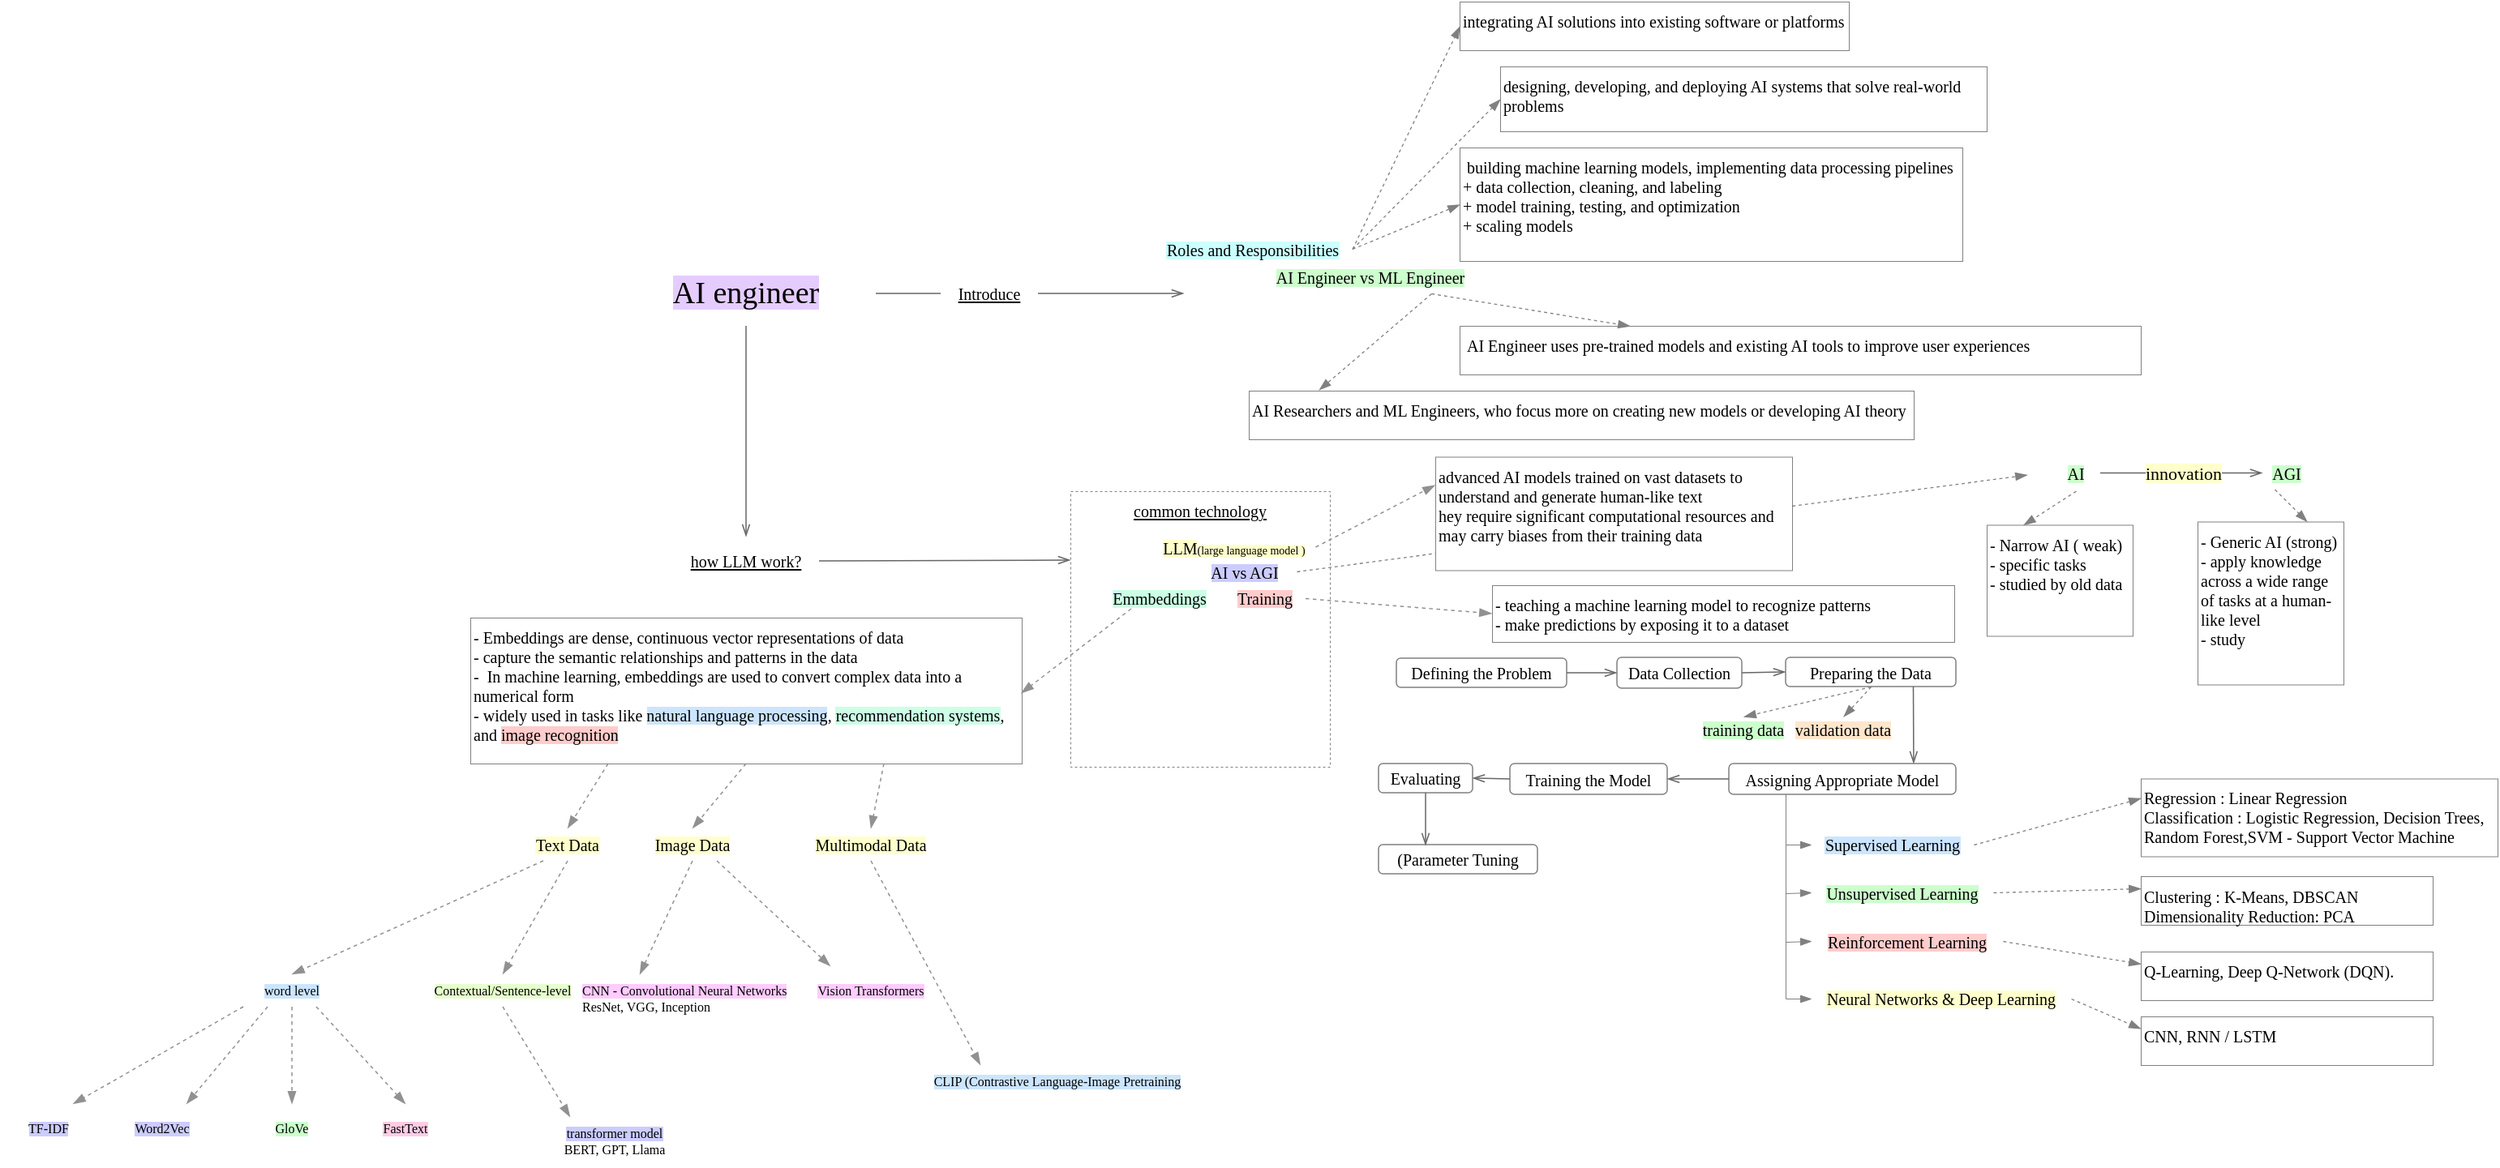
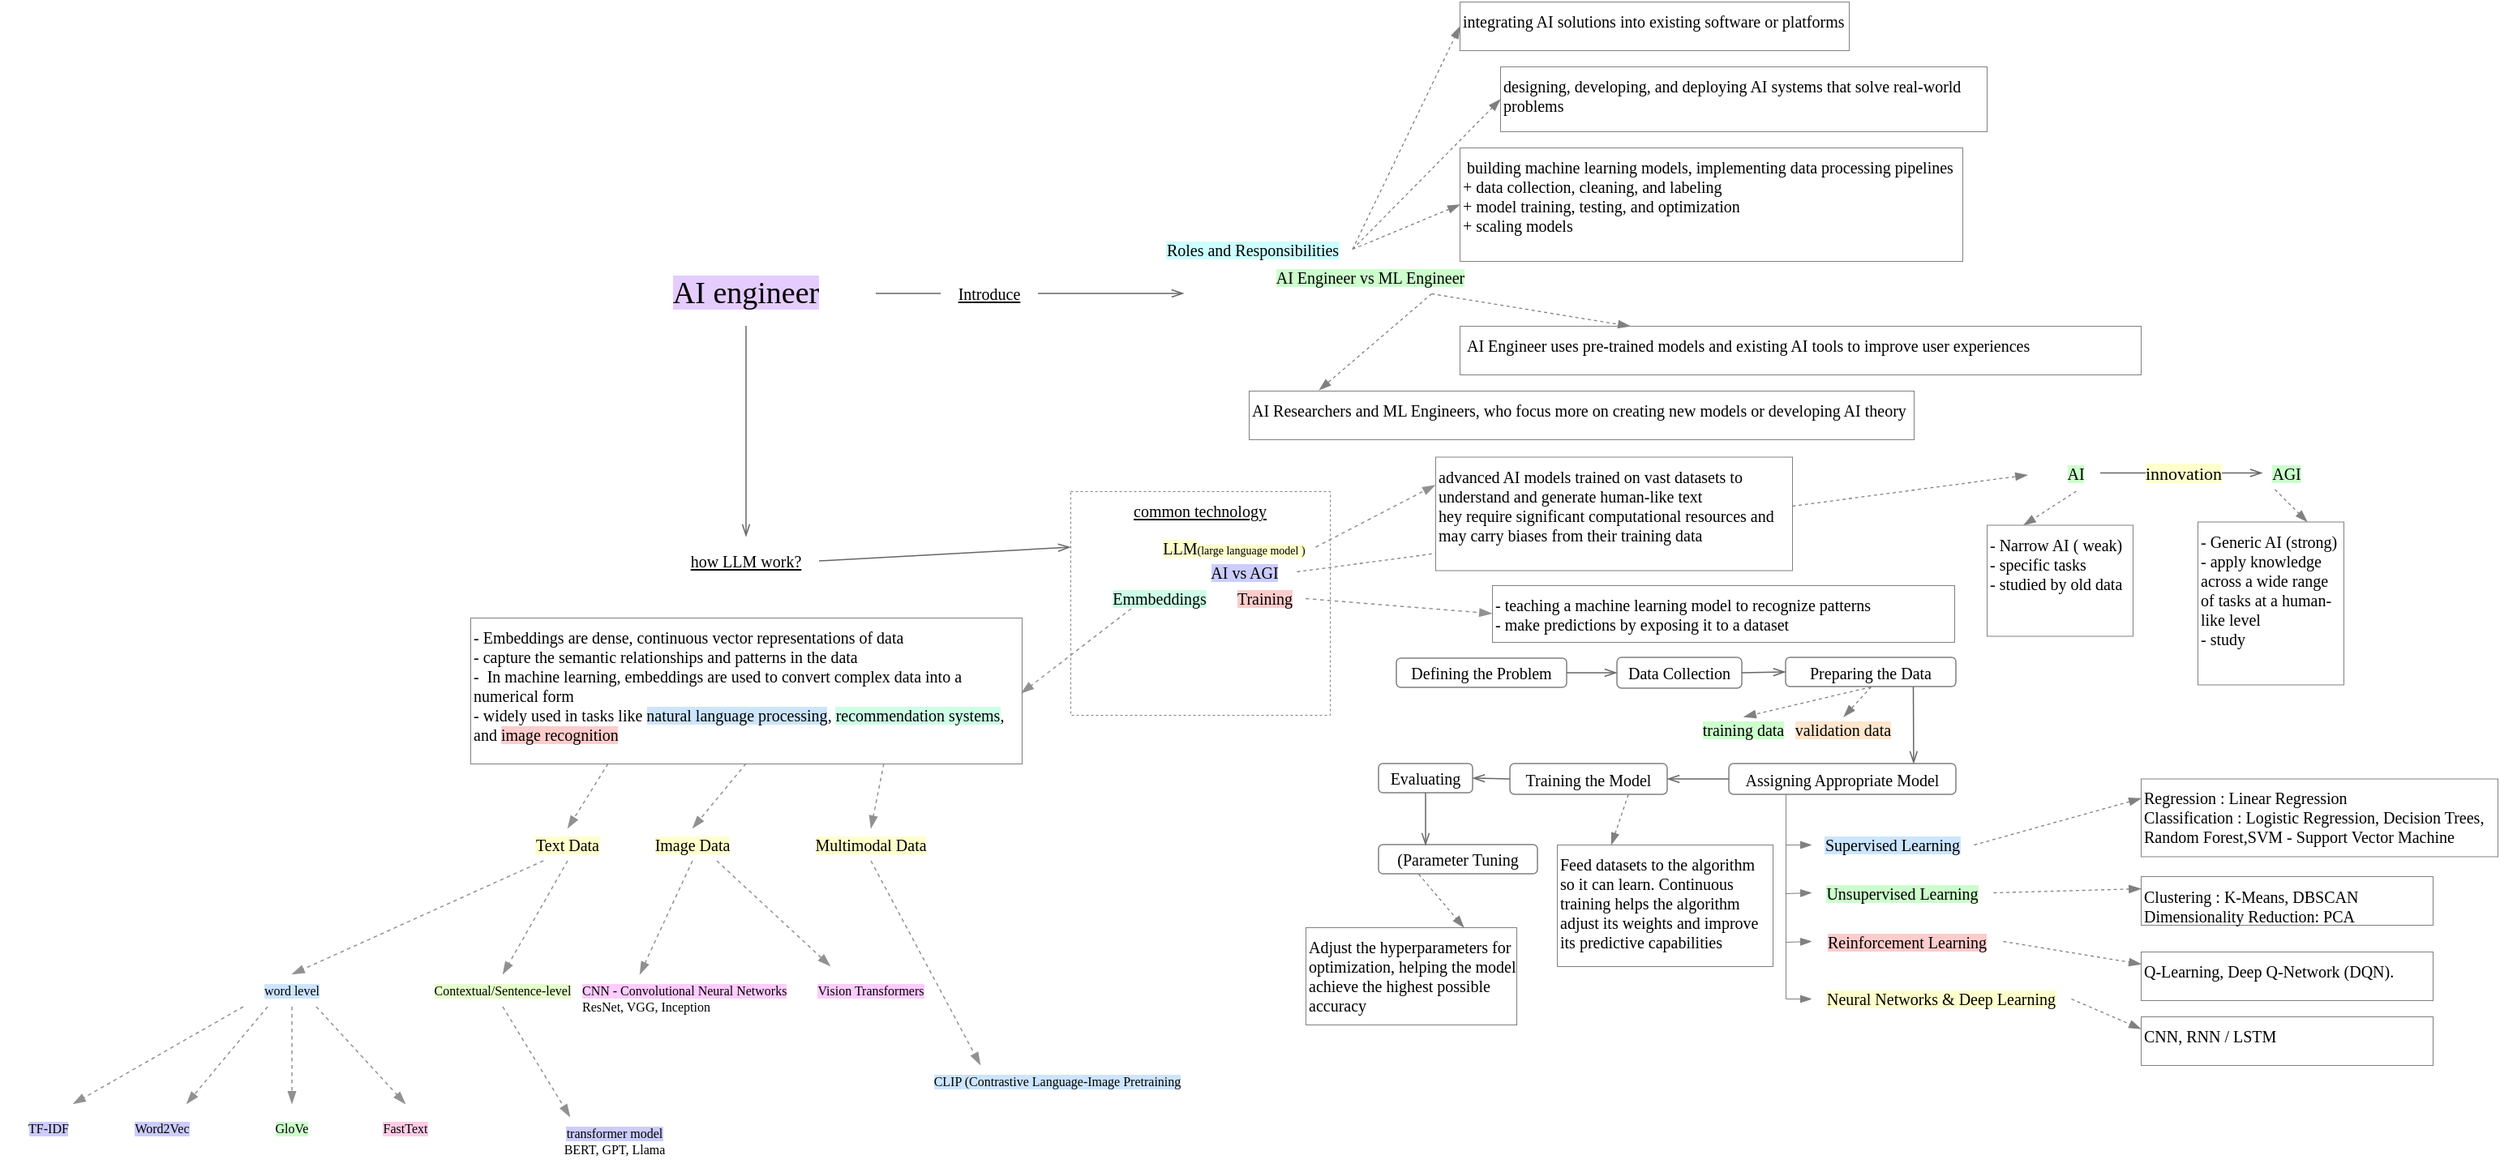
<mxfile host="app.diagrams.net" agent="Mozilla/5.0 (Macintosh; Intel Mac OS X 10_15_7) AppleWebKit/537.36 (KHTML, like Gecko) draw.io/29.3.0 Chrome/140.0.7339.249 Electron/38.7.2 Safari/537.36">
  <diagram name="Page-1" id="n3nyEJ4kgbD7jWuKOy95">
-     <mxGraphModel dx="1304" dy="609" grid="1" gridSize="10" guides="1" tooltips="1" connect="1" arrows="1" fold="1" page="1" pageScale="1" pageWidth="827" pageHeight="1169" math="0" shadow="0">
+     <mxGraphModel dx="1353" dy="631" grid="1" gridSize="10" guides="1" tooltips="1" connect="1" arrows="1" fold="1" page="1" pageScale="1" pageWidth="827" pageHeight="1169" math="0" shadow="0">
      <root>
        <mxCell id="0" />
        <mxCell id="1" parent="0" />
        <mxCell id="48Jv2C9wjBzbgeSbcpPr-1" parent="1" style="text;html=1;whiteSpace=wrap;strokeColor=none;fillColor=none;align=center;verticalAlign=middle;rounded=0;fontFamily=Comic Sans MS;fontSize=19;" value="&lt;span style=&quot;background-color: rgb(229, 204, 255);&quot;&gt;AI engineer&lt;/span&gt;" vertex="1">
          <mxGeometry height="40" width="160" x="400" y="360" as="geometry" />
        </mxCell>
        <mxCell id="48Jv2C9wjBzbgeSbcpPr-3" parent="1" style="text;html=1;whiteSpace=wrap;strokeColor=none;fillColor=none;align=center;verticalAlign=middle;rounded=0;fontFamily=Comic Sans MS;fontSize=10;fontStyle=4" value="how LLM work?" vertex="1">
          <mxGeometry height="30" width="90" x="435" y="530" as="geometry" />
        </mxCell>
        <mxCell id="48Jv2C9wjBzbgeSbcpPr-6" edge="1" parent="1" source="48Jv2C9wjBzbgeSbcpPr-1" style="endArrow=openThin;html=1;rounded=0;strokeWidth=0.75;endFill=0;strokeColor=#666666;exitX=0.5;exitY=1;exitDx=0;exitDy=0;entryX=0.5;entryY=0;entryDx=0;entryDy=0;fontFamily=Comic Sans MS;" target="48Jv2C9wjBzbgeSbcpPr-3" value="">
          <mxGeometry height="50" relative="1" width="50" as="geometry">
            <mxPoint x="390" y="450" as="sourcePoint" />
            <mxPoint x="440" y="400" as="targetPoint" />
          </mxGeometry>
        </mxCell>
        <mxCell id="48Jv2C9wjBzbgeSbcpPr-8" parent="1" style="text;html=1;whiteSpace=wrap;strokeColor=none;fillColor=none;align=center;verticalAlign=middle;rounded=0;fontFamily=Comic Sans MS;fontSize=10;fontStyle=4" value="Introduce" vertex="1">
          <mxGeometry height="30" width="60" x="600" y="365" as="geometry" />
        </mxCell>
        <mxCell id="48Jv2C9wjBzbgeSbcpPr-9" edge="1" parent="1" source="48Jv2C9wjBzbgeSbcpPr-1" style="endArrow=none;html=1;rounded=0;strokeWidth=0.75;endFill=0;strokeColor=#666666;entryX=0;entryY=0.5;entryDx=0;entryDy=0;exitX=1;exitY=0.5;exitDx=0;exitDy=0;fontFamily=Comic Sans MS;" target="48Jv2C9wjBzbgeSbcpPr-8" value="">
          <mxGeometry height="50" relative="1" width="50" as="geometry">
            <mxPoint x="390" y="450" as="sourcePoint" />
            <mxPoint x="440" y="400" as="targetPoint" />
          </mxGeometry>
        </mxCell>
        <mxCell id="48Jv2C9wjBzbgeSbcpPr-11" edge="1" parent="1" source="48Jv2C9wjBzbgeSbcpPr-8" style="endArrow=openThin;html=1;rounded=0;strokeWidth=0.75;endFill=0;strokeColor=#666666;exitX=1;exitY=0.5;exitDx=0;exitDy=0;fontFamily=Comic Sans MS;" value="">
          <mxGeometry height="50" relative="1" width="50" as="geometry">
            <mxPoint x="590" y="450" as="sourcePoint" />
            <mxPoint x="750" y="380" as="targetPoint" />
          </mxGeometry>
        </mxCell>
        <mxCell id="48Jv2C9wjBzbgeSbcpPr-13" parent="1" style="text;html=1;whiteSpace=wrap;strokeColor=none;fillColor=none;align=center;verticalAlign=middle;rounded=0;fontFamily=Comic Sans MS;fontSize=10;" value="&lt;div&gt;&lt;span style=&quot;background-color: rgb(204, 255, 255);&quot;&gt;Roles and Responsibilities&lt;/span&gt;&lt;/div&gt;" vertex="1">
          <mxGeometry height="15" width="122.5" x="731.25" y="345" as="geometry" />
        </mxCell>
        <mxCell id="48Jv2C9wjBzbgeSbcpPr-14" parent="1" style="rounded=0;whiteSpace=wrap;html=1;fontFamily=Comic Sans MS;strokeWidth=0.5;strokeColor=#808080;align=left;verticalAlign=top;fontSize=10;" value="designing, developing, and deploying AI systems that solve real-world problems" vertex="1">
          <mxGeometry height="40" width="300" x="945" y="240" as="geometry" />
        </mxCell>
        <mxCell id="48Jv2C9wjBzbgeSbcpPr-15" parent="1" style="rounded=0;whiteSpace=wrap;html=1;fontFamily=Comic Sans MS;strokeWidth=0.5;strokeColor=#808080;align=left;verticalAlign=top;fontSize=10;" value="&amp;nbsp;building machine learning models, implementing data processing pipelines&lt;div&gt;+&amp;nbsp;data collection, cleaning, and labeling&lt;/div&gt;&lt;div&gt;+&amp;nbsp;model training, testing, and optimization&lt;/div&gt;&lt;div&gt;+&amp;nbsp;scaling models&lt;/div&gt;" vertex="1">
          <mxGeometry height="70" width="310" x="920" y="290" as="geometry" />
        </mxCell>
        <mxCell id="48Jv2C9wjBzbgeSbcpPr-16" parent="1" style="rounded=0;whiteSpace=wrap;html=1;fontFamily=Comic Sans MS;strokeWidth=0.5;strokeColor=#808080;align=left;verticalAlign=top;fontSize=10;" value="integrating AI solutions into existing software or platforms" vertex="1">
          <mxGeometry height="30" width="240" x="920" y="200" as="geometry" />
        </mxCell>
        <mxCell id="48Jv2C9wjBzbgeSbcpPr-17" edge="1" parent="1" source="48Jv2C9wjBzbgeSbcpPr-13" style="endArrow=blockThin;html=1;rounded=0;strokeColor=#808080;endFill=1;strokeWidth=0.65;exitX=1;exitY=0.5;exitDx=0;exitDy=0;entryX=0;entryY=0.5;entryDx=0;entryDy=0;dashed=1;fontFamily=Comic Sans MS;" target="48Jv2C9wjBzbgeSbcpPr-15" value="">
          <mxGeometry height="50" relative="1" width="50" as="geometry">
            <mxPoint x="945" y="330" as="sourcePoint" />
            <mxPoint x="920" y="290" as="targetPoint" />
          </mxGeometry>
        </mxCell>
        <mxCell id="48Jv2C9wjBzbgeSbcpPr-18" edge="1" parent="1" source="48Jv2C9wjBzbgeSbcpPr-13" style="endArrow=blockThin;html=1;rounded=0;strokeColor=#808080;endFill=1;strokeWidth=0.65;exitX=1;exitY=0.5;exitDx=0;exitDy=0;entryX=0;entryY=0.5;entryDx=0;entryDy=0;dashed=1;fontFamily=Comic Sans MS;" target="48Jv2C9wjBzbgeSbcpPr-14" value="">
          <mxGeometry height="50" relative="1" width="50" as="geometry">
            <mxPoint x="945" y="330" as="sourcePoint" />
            <mxPoint x="920" y="290" as="targetPoint" />
          </mxGeometry>
        </mxCell>
        <mxCell id="48Jv2C9wjBzbgeSbcpPr-19" edge="1" parent="1" source="48Jv2C9wjBzbgeSbcpPr-13" style="endArrow=blockThin;html=1;rounded=0;strokeColor=#808080;endFill=1;strokeWidth=0.65;exitX=1;exitY=0.5;exitDx=0;exitDy=0;entryX=0;entryY=0.5;entryDx=0;entryDy=0;dashed=1;fontFamily=Comic Sans MS;" target="48Jv2C9wjBzbgeSbcpPr-16" value="">
          <mxGeometry height="50" relative="1" width="50" as="geometry">
            <mxPoint x="945" y="330" as="sourcePoint" />
            <mxPoint x="920" y="290" as="targetPoint" />
          </mxGeometry>
        </mxCell>
        <mxCell id="48Jv2C9wjBzbgeSbcpPr-20" parent="1" style="text;html=1;whiteSpace=wrap;strokeColor=none;fillColor=none;align=center;verticalAlign=middle;rounded=0;fontFamily=Comic Sans MS;fontSize=10;" value="&lt;span style=&quot;background-color: rgb(204, 255, 204);&quot;&gt;AI Engineer vs ML Engineer&lt;/span&gt;" vertex="1">
          <mxGeometry height="20" width="150" x="790" y="360" as="geometry" />
        </mxCell>
        <mxCell id="48Jv2C9wjBzbgeSbcpPr-21" parent="1" style="rounded=0;whiteSpace=wrap;html=1;fontFamily=Comic Sans MS;strokeWidth=0.5;strokeColor=#808080;align=left;verticalAlign=top;fontSize=10;" value="&amp;nbsp;AI Engineer uses pre-trained models and existing AI tools to improve user experiences" vertex="1">
          <mxGeometry height="30" width="420" x="920" y="400" as="geometry" />
        </mxCell>
        <mxCell id="48Jv2C9wjBzbgeSbcpPr-22" parent="1" style="rounded=0;whiteSpace=wrap;html=1;fontFamily=Comic Sans MS;strokeWidth=0.5;strokeColor=#808080;align=left;verticalAlign=top;fontSize=10;" value="AI Researchers and ML Engineers, who focus more on creating new models or developing AI theory" vertex="1">
          <mxGeometry height="30" width="410" x="790" y="440" as="geometry" />
        </mxCell>
        <mxCell id="48Jv2C9wjBzbgeSbcpPr-23" edge="1" parent="1" source="48Jv2C9wjBzbgeSbcpPr-20" style="endArrow=blockThin;html=1;rounded=0;strokeColor=#808080;endFill=1;strokeWidth=0.65;exitX=0.75;exitY=1;exitDx=0;exitDy=0;entryX=0.25;entryY=0;entryDx=0;entryDy=0;dashed=1;fontFamily=Comic Sans MS;" target="48Jv2C9wjBzbgeSbcpPr-21" value="">
          <mxGeometry height="50" relative="1" width="50" as="geometry">
            <mxPoint x="705" y="330" as="sourcePoint" />
            <mxPoint x="680" y="290" as="targetPoint" />
          </mxGeometry>
        </mxCell>
        <mxCell id="48Jv2C9wjBzbgeSbcpPr-24" edge="1" parent="1" source="48Jv2C9wjBzbgeSbcpPr-20" style="endArrow=blockThin;html=1;rounded=0;strokeColor=#808080;endFill=1;strokeWidth=0.65;exitX=0.75;exitY=1;exitDx=0;exitDy=0;entryX=0.105;entryY=-0.017;entryDx=0;entryDy=0;dashed=1;entryPerimeter=0;fontFamily=Comic Sans MS;" target="48Jv2C9wjBzbgeSbcpPr-22" value="">
          <mxGeometry height="50" relative="1" width="50" as="geometry">
            <mxPoint x="705" y="330" as="sourcePoint" />
            <mxPoint x="680" y="290" as="targetPoint" />
          </mxGeometry>
        </mxCell>
        <mxCell id="48Jv2C9wjBzbgeSbcpPr-25" parent="1" style="rounded=0;whiteSpace=wrap;html=1;fontFamily=Comic Sans MS;strokeWidth=0.5;strokeColor=#808080;align=center;verticalAlign=top;fontSize=10;dashed=1;" value="&lt;u&gt;common technology&lt;/u&gt;&lt;div&gt;&lt;br&gt;&lt;/div&gt;" vertex="1">
-           <mxGeometry height="170" width="160" x="680" y="502" as="geometry" />
+           <mxGeometry height="138" width="160" x="680" y="502" as="geometry" />
        </mxCell>
        <mxCell id="48Jv2C9wjBzbgeSbcpPr-27" parent="1" style="text;html=1;whiteSpace=wrap;strokeColor=none;fillColor=none;align=center;verticalAlign=middle;rounded=0;fontFamily=Comic Sans MS;fontSize=10;" value="&lt;span&gt;&lt;span style=&quot;background-color: light-dark(rgb(204, 204, 255), rgb(0, 43, 0));&quot;&gt;AI vs AGI&lt;/span&gt;&lt;br&gt;&lt;/span&gt;" vertex="1">
          <mxGeometry height="10" width="65" x="754.5" y="546.5" as="geometry" />
        </mxCell>
        <mxCell id="48Jv2C9wjBzbgeSbcpPr-28" edge="1" parent="1" source="48Jv2C9wjBzbgeSbcpPr-3" style="endArrow=openThin;html=1;rounded=0;strokeWidth=0.75;endFill=0;strokeColor=#666666;exitX=1;exitY=0.5;exitDx=0;exitDy=0;entryX=0;entryY=0.25;entryDx=0;entryDy=0;fontFamily=Comic Sans MS;" target="48Jv2C9wjBzbgeSbcpPr-25" value="">
          <mxGeometry height="50" relative="1" width="50" as="geometry">
            <mxPoint x="670" y="630" as="sourcePoint" />
            <mxPoint x="720" y="580" as="targetPoint" />
          </mxGeometry>
        </mxCell>
        <mxCell id="48Jv2C9wjBzbgeSbcpPr-31" edge="1" parent="1" source="48Jv2C9wjBzbgeSbcpPr-27" style="endArrow=blockThin;html=1;rounded=0;strokeColor=#808080;endFill=1;strokeWidth=0.65;exitX=1;exitY=0.5;exitDx=0;exitDy=0;dashed=1;fontFamily=Comic Sans MS;entryX=0;entryY=0.5;entryDx=0;entryDy=0;" value="">
          <mxGeometry height="50" relative="1" width="50" as="geometry">
            <mxPoint x="810" y="536" as="sourcePoint" />
            <mxPoint x="1270" y="491.7500000000001" as="targetPoint" />
          </mxGeometry>
        </mxCell>
        <mxCell id="48Jv2C9wjBzbgeSbcpPr-32" parent="1" style="text;html=1;whiteSpace=wrap;strokeColor=none;fillColor=none;align=center;verticalAlign=middle;rounded=0;fontFamily=Comic Sans MS;fontSize=10;" value="&lt;span style=&quot;background-color: rgb(204, 255, 204);&quot;&gt;&lt;span style=&quot;background-color: light-dark(rgb(204, 255, 204), rgb(0, 43, 0));&quot;&gt;AI&lt;/span&gt;&lt;br&gt;&lt;/span&gt;" vertex="1">
          <mxGeometry height="22" width="30" x="1285" y="479.75" as="geometry" />
        </mxCell>
        <mxCell id="48Jv2C9wjBzbgeSbcpPr-34" parent="1" style="text;html=1;whiteSpace=wrap;strokeColor=none;fillColor=none;align=center;verticalAlign=middle;rounded=0;fontFamily=Comic Sans MS;fontSize=10;" value="&lt;span style=&quot;background-color: rgb(204, 255, 204);&quot;&gt;AGI&lt;/span&gt;" vertex="1">
          <mxGeometry height="20" width="30" x="1415" y="480.75" as="geometry" />
        </mxCell>
        <mxCell id="48Jv2C9wjBzbgeSbcpPr-35" edge="1" parent="1" source="48Jv2C9wjBzbgeSbcpPr-32" style="endArrow=openThin;html=1;rounded=0;strokeWidth=0.75;endFill=0;strokeColor=#666666;exitX=1;exitY=0.5;exitDx=0;exitDy=0;fontFamily=Comic Sans MS;" target="48Jv2C9wjBzbgeSbcpPr-34" value="">
          <mxGeometry height="50" relative="1" width="50" as="geometry">
            <mxPoint x="1325" y="612.75" as="sourcePoint" />
            <mxPoint x="1375" y="562.75" as="targetPoint" />
          </mxGeometry>
        </mxCell>
        <mxCell id="48Jv2C9wjBzbgeSbcpPr-36" connectable="0" parent="48Jv2C9wjBzbgeSbcpPr-35" style="edgeLabel;html=1;align=center;verticalAlign=middle;resizable=0;points=[];fontFamily=Comic Sans MS;" value="&lt;span style=&quot;background-color: rgb(255, 255, 204);&quot;&gt;innovation&lt;/span&gt;" vertex="1">
          <mxGeometry relative="1" x="-0.312" as="geometry">
            <mxPoint x="16" as="offset" />
          </mxGeometry>
        </mxCell>
        <mxCell id="48Jv2C9wjBzbgeSbcpPr-37" parent="1" style="rounded=0;whiteSpace=wrap;html=1;fontFamily=Comic Sans MS;strokeWidth=0.5;strokeColor=#808080;align=left;verticalAlign=top;fontSize=10;" value="- Narrow AI ( weak)&lt;div&gt;-&amp;nbsp;specific tasks&lt;/div&gt;&lt;div&gt;- studied by old data&lt;/div&gt;" vertex="1">
          <mxGeometry height="68.5" width="90" x="1245" y="522.75" as="geometry" />
        </mxCell>
        <mxCell id="48Jv2C9wjBzbgeSbcpPr-38" parent="1" style="rounded=0;whiteSpace=wrap;html=1;fontFamily=Comic Sans MS;strokeWidth=0.5;strokeColor=#808080;align=left;verticalAlign=top;fontSize=10;" value="- Generic AI (strong)&lt;div&gt;-&amp;nbsp;apply knowledge across a wide range of tasks at a human-like level&lt;/div&gt;&lt;div&gt;- study&amp;nbsp;&lt;/div&gt;" vertex="1">
          <mxGeometry height="100.5" width="90" x="1375" y="520.75" as="geometry" />
        </mxCell>
        <mxCell id="48Jv2C9wjBzbgeSbcpPr-39" edge="1" parent="1" source="48Jv2C9wjBzbgeSbcpPr-34" style="endArrow=blockThin;html=1;rounded=0;strokeColor=#808080;endFill=1;strokeWidth=0.65;exitX=0.25;exitY=1;exitDx=0;exitDy=0;entryX=0.75;entryY=0;entryDx=0;entryDy=0;dashed=1;" target="48Jv2C9wjBzbgeSbcpPr-38" value="">
          <mxGeometry height="50" relative="1" width="50" as="geometry">
            <mxPoint x="1390" y="580.75" as="sourcePoint" />
            <mxPoint x="1365" y="540.75" as="targetPoint" />
          </mxGeometry>
        </mxCell>
        <mxCell id="48Jv2C9wjBzbgeSbcpPr-41" edge="1" parent="1" source="48Jv2C9wjBzbgeSbcpPr-32" style="endArrow=blockThin;html=1;rounded=0;strokeColor=#808080;endFill=1;strokeWidth=0.65;exitX=0.5;exitY=1;exitDx=0;exitDy=0;entryX=0.25;entryY=0;entryDx=0;entryDy=0;dashed=1;" target="48Jv2C9wjBzbgeSbcpPr-37" value="">
          <mxGeometry height="50" relative="1" width="50" as="geometry">
            <mxPoint x="1390" y="582.75" as="sourcePoint" />
            <mxPoint x="1365" y="542.75" as="targetPoint" />
          </mxGeometry>
        </mxCell>
        <mxCell id="4Kx2ZGOmUHy-jwn0eLsE-1" parent="1" style="text;html=1;whiteSpace=wrap;strokeColor=none;fillColor=none;align=center;verticalAlign=middle;rounded=0;" value="&lt;font face=&quot;Comic Sans MS&quot; style=&quot;background-color: rgb(255, 255, 204); font-size: 10px;&quot;&gt;LLM&lt;/font&gt;&lt;span style=&quot;background-color: rgb(255, 255, 204); font-size: 7px; font-family: &amp;quot;Comic Sans MS&amp;quot;; color: light-dark(rgb(0, 0, 0), rgb(255, 255, 255));&quot;&gt;(large language model )&lt;/span&gt;" vertex="1">
          <mxGeometry height="20" width="100" x="731.25" y="526.5" as="geometry" />
        </mxCell>
        <mxCell id="4Kx2ZGOmUHy-jwn0eLsE-2" parent="1" style="rounded=0;whiteSpace=wrap;html=1;align=left;verticalAlign=top;fontFamily=Comic Sans MS;strokeWidth=0.5;fontSize=10;strokeColor=#808080;" value="&lt;div&gt;&lt;div&gt;&lt;span style=&quot;background-color: transparent;&quot;&gt;advanced AI models trained on vast datasets to understand and generate human-like text&lt;/span&gt;&lt;/div&gt;&lt;/div&gt;&lt;div&gt;&lt;span style=&quot;background-color: transparent;&quot;&gt;hey require significant computational resources and may carry biases from their training data&lt;/span&gt;&lt;/div&gt;" vertex="1">
          <mxGeometry height="70" width="220" x="905" y="480.75" as="geometry" />
        </mxCell>
        <mxCell id="4Kx2ZGOmUHy-jwn0eLsE-3" edge="1" parent="1" source="4Kx2ZGOmUHy-jwn0eLsE-1" style="endArrow=blockThin;html=1;rounded=0;endFill=1;strokeColor=light-dark(#929090, #ededed);strokeWidth=0.75;dashed=1;exitX=1;exitY=0.5;exitDx=0;exitDy=0;entryX=0;entryY=0.25;entryDx=0;entryDy=0;" target="4Kx2ZGOmUHy-jwn0eLsE-2" value="">
          <mxGeometry height="50" relative="1" width="50" as="geometry">
            <mxPoint x="710" y="550" as="sourcePoint" />
            <mxPoint x="760" y="500" as="targetPoint" />
          </mxGeometry>
        </mxCell>
        <mxCell id="4Kx2ZGOmUHy-jwn0eLsE-4" parent="1" style="text;html=1;whiteSpace=wrap;strokeColor=none;fillColor=none;align=center;verticalAlign=middle;rounded=0;fontFamily=Comic Sans MS;fontSize=10;" value="&lt;span&gt;&lt;span style=&quot;background-color: light-dark(rgb(204, 255, 230), rgb(0, 43, 0));&quot;&gt;Emmbeddings&lt;/span&gt;&lt;br&gt;&lt;/span&gt;" vertex="1">
          <mxGeometry height="14" width="70" x="700" y="560.5" as="geometry" />
        </mxCell>
        <mxCell id="4Kx2ZGOmUHy-jwn0eLsE-5" parent="1" style="rounded=0;whiteSpace=wrap;html=1;align=left;verticalAlign=top;fontFamily=Comic Sans MS;strokeWidth=0.5;fontSize=10;strokeColor=#808080;" value="&lt;div&gt;&lt;div&gt;&lt;span style=&quot;background-color: transparent;&quot;&gt;- Embeddings are dense, continuous vector representations of data&lt;/span&gt;&lt;/div&gt;&lt;/div&gt;&lt;div&gt;&lt;span style=&quot;background-color: transparent;&quot;&gt;-&amp;nbsp;&lt;/span&gt;&lt;span style=&quot;background-color: transparent;&quot;&gt;capture the semantic relationships and patterns in the data&lt;/span&gt;&lt;/div&gt;&lt;div&gt;&lt;span style=&quot;background-color: transparent;&quot;&gt;-&amp;nbsp;&lt;/span&gt;&lt;span style=&quot;background-color: transparent;&quot;&gt;&amp;nbsp;In machine learning, embeddings are used to convert complex data into a numerical form&lt;/span&gt;&lt;/div&gt;&lt;div&gt;&lt;span style=&quot;background-color: transparent;&quot;&gt;-&amp;nbsp;&lt;/span&gt;&lt;span style=&quot;background-color: transparent;&quot;&gt;widely used in tasks like &lt;/span&gt;&lt;span style=&quot;background-color: rgb(204, 229, 255);&quot;&gt;natural language processing&lt;/span&gt;&lt;span style=&quot;background-color: transparent;&quot;&gt;, &lt;/span&gt;&lt;span style=&quot;background-color: rgb(204, 255, 230);&quot;&gt;recommendation systems&lt;/span&gt;&lt;span style=&quot;background-color: transparent;&quot;&gt;, and &lt;/span&gt;&lt;span style=&quot;background-color: rgb(255, 204, 204);&quot;&gt;image recognition&lt;/span&gt;&lt;/div&gt;" vertex="1">
          <mxGeometry height="90" width="340" x="310" y="580" as="geometry" />
        </mxCell>
        <mxCell id="4Kx2ZGOmUHy-jwn0eLsE-6" parent="1" style="text;html=1;whiteSpace=wrap;strokeColor=none;fillColor=none;align=center;verticalAlign=middle;rounded=0;fontSize=10;" value="&lt;font face=&quot;Comic Sans MS&quot; style=&quot;background-color: rgb(255, 204, 204);&quot;&gt;Training&lt;/font&gt;" vertex="1">
          <mxGeometry height="13.5" width="50" x="775" y="561.5" as="geometry" />
        </mxCell>
        <mxCell id="4Kx2ZGOmUHy-jwn0eLsE-7" edge="1" parent="1" source="4Kx2ZGOmUHy-jwn0eLsE-4" style="endArrow=blockThin;html=1;rounded=0;endFill=1;strokeColor=light-dark(#929090, #ededed);strokeWidth=0.75;dashed=1;exitX=0.25;exitY=1;exitDx=0;exitDy=0;entryX=0.999;entryY=0.518;entryDx=0;entryDy=0;entryPerimeter=0;" target="4Kx2ZGOmUHy-jwn0eLsE-5" value="">
          <mxGeometry height="50" relative="1" width="50" as="geometry">
            <mxPoint x="620" y="640" as="sourcePoint" />
            <mxPoint x="670" y="590" as="targetPoint" />
          </mxGeometry>
        </mxCell>
        <mxCell id="4Kx2ZGOmUHy-jwn0eLsE-8" parent="1" style="rounded=0;whiteSpace=wrap;html=1;align=left;verticalAlign=top;fontFamily=Comic Sans MS;strokeWidth=0.5;fontSize=10;strokeColor=#808080;" value="&lt;div&gt;&lt;span style=&quot;background-color: transparent; color: light-dark(rgb(0, 0, 0), rgb(255, 255, 255));&quot;&gt;-&amp;nbsp;teaching a machine learning model to recognize patterns&lt;/span&gt;&lt;/div&gt;&lt;div&gt;-&amp;nbsp;make predictions by exposing it to a dataset&lt;/div&gt;" vertex="1">
          <mxGeometry height="35" width="285" x="940" y="560" as="geometry" />
        </mxCell>
        <mxCell id="4Kx2ZGOmUHy-jwn0eLsE-10" edge="1" parent="1" source="4Kx2ZGOmUHy-jwn0eLsE-6" style="endArrow=blockThin;html=1;rounded=0;endFill=1;strokeColor=light-dark(#929090, #ededed);strokeWidth=0.75;dashed=1;exitX=1;exitY=0.5;exitDx=0;exitDy=0;entryX=0;entryY=0.5;entryDx=0;entryDy=0;" target="4Kx2ZGOmUHy-jwn0eLsE-8" value="">
          <mxGeometry height="50" relative="1" width="50" as="geometry">
            <mxPoint x="950" y="590" as="sourcePoint" />
            <mxPoint x="1000" y="540" as="targetPoint" />
          </mxGeometry>
        </mxCell>
        <mxCell id="4Kx2ZGOmUHy-jwn0eLsE-11" parent="1" style="text;html=1;whiteSpace=wrap;strokeColor=none;fillColor=none;align=center;verticalAlign=middle;rounded=0;fontSize=10;" value="&lt;font face=&quot;Comic Sans MS&quot; style=&quot;background-color: rgb(255, 255, 204);&quot;&gt;Text Data&lt;/font&gt;" vertex="1">
          <mxGeometry height="20" width="60" x="340" y="710" as="geometry" />
        </mxCell>
        <mxCell id="4Kx2ZGOmUHy-jwn0eLsE-12" parent="1" style="text;html=1;whiteSpace=wrap;strokeColor=none;fillColor=none;align=center;verticalAlign=middle;rounded=0;fontSize=10;" value="&lt;font face=&quot;Comic Sans MS&quot; style=&quot;background-color: rgb(255, 255, 204);&quot;&gt;Image Data&lt;/font&gt;" vertex="1">
          <mxGeometry height="20" width="60" x="417" y="710" as="geometry" />
        </mxCell>
        <mxCell id="4Kx2ZGOmUHy-jwn0eLsE-13" parent="1" style="text;html=1;whiteSpace=wrap;strokeColor=none;fillColor=none;align=center;verticalAlign=middle;rounded=0;fontSize=10;" value="&lt;font face=&quot;Comic Sans MS&quot; style=&quot;background-color: rgb(255, 255, 204);&quot;&gt;Multimodal&amp;nbsp;Data&lt;/font&gt;" vertex="1">
          <mxGeometry height="20" width="60" x="527" y="710" as="geometry" />
        </mxCell>
        <mxCell id="4Kx2ZGOmUHy-jwn0eLsE-14" edge="1" parent="1" source="4Kx2ZGOmUHy-jwn0eLsE-5" style="endArrow=blockThin;html=1;rounded=0;endFill=1;strokeColor=light-dark(#929090, #ededed);strokeWidth=0.75;dashed=1;entryX=0.5;entryY=0;entryDx=0;entryDy=0;exitX=0.75;exitY=1;exitDx=0;exitDy=0;" target="4Kx2ZGOmUHy-jwn0eLsE-13" value="">
          <mxGeometry height="50" relative="1" width="50" as="geometry">
            <mxPoint x="410" y="700" as="sourcePoint" />
            <mxPoint x="460" y="650" as="targetPoint" />
          </mxGeometry>
        </mxCell>
        <mxCell id="4Kx2ZGOmUHy-jwn0eLsE-15" edge="1" parent="1" source="4Kx2ZGOmUHy-jwn0eLsE-5" style="endArrow=blockThin;html=1;rounded=0;endFill=1;strokeColor=light-dark(#929090, #ededed);strokeWidth=0.75;dashed=1;entryX=0.5;entryY=0;entryDx=0;entryDy=0;exitX=0.5;exitY=1;exitDx=0;exitDy=0;" target="4Kx2ZGOmUHy-jwn0eLsE-12" value="">
          <mxGeometry height="50" relative="1" width="50" as="geometry">
            <mxPoint x="410" y="700" as="sourcePoint" />
            <mxPoint x="460" y="650" as="targetPoint" />
          </mxGeometry>
        </mxCell>
        <mxCell id="4Kx2ZGOmUHy-jwn0eLsE-16" edge="1" parent="1" source="4Kx2ZGOmUHy-jwn0eLsE-5" style="endArrow=blockThin;html=1;rounded=0;endFill=1;strokeColor=light-dark(#929090, #ededed);strokeWidth=0.75;dashed=1;entryX=0.5;entryY=0;entryDx=0;entryDy=0;exitX=0.25;exitY=1;exitDx=0;exitDy=0;" target="4Kx2ZGOmUHy-jwn0eLsE-11" value="">
          <mxGeometry height="50" relative="1" width="50" as="geometry">
            <mxPoint x="410" y="700" as="sourcePoint" />
            <mxPoint x="460" y="650" as="targetPoint" />
          </mxGeometry>
        </mxCell>
        <mxCell id="4Kx2ZGOmUHy-jwn0eLsE-17" parent="1" style="text;html=1;whiteSpace=wrap;strokeColor=none;fillColor=none;align=center;verticalAlign=middle;rounded=0;fontSize=8;" value="&lt;font face=&quot;Comic Sans MS&quot; style=&quot;background-color: rgb(204, 229, 255);&quot;&gt;word level&lt;/font&gt;" vertex="1">
          <mxGeometry height="20" width="60" x="170" y="800" as="geometry" />
        </mxCell>
        <mxCell id="4Kx2ZGOmUHy-jwn0eLsE-18" parent="1" style="text;html=1;whiteSpace=wrap;strokeColor=none;fillColor=none;align=center;verticalAlign=middle;rounded=0;fontSize=8;fontStyle=0" value="&lt;font face=&quot;Comic Sans MS&quot; style=&quot;background-color: rgb(204, 204, 255);&quot;&gt;Word2Vec&lt;/font&gt;" vertex="1">
          <mxGeometry height="30" width="60" x="90" y="879.9999999999995" as="geometry" />
        </mxCell>
        <mxCell id="4Kx2ZGOmUHy-jwn0eLsE-19" parent="1" style="text;html=1;whiteSpace=wrap;strokeColor=none;fillColor=none;align=center;verticalAlign=middle;rounded=0;fontSize=8;fontStyle=0" value="&lt;font face=&quot;Comic Sans MS&quot; style=&quot;background-color: rgb(204, 255, 204);&quot;&gt;GloVe&lt;/font&gt;" vertex="1">
          <mxGeometry height="30" width="60" x="170" y="879.9999999999995" as="geometry" />
        </mxCell>
        <mxCell id="4Kx2ZGOmUHy-jwn0eLsE-20" parent="1" style="text;html=1;whiteSpace=wrap;strokeColor=none;fillColor=none;align=center;verticalAlign=middle;rounded=0;fontSize=8;fontStyle=0" value="&lt;font face=&quot;Comic Sans MS&quot; style=&quot;background-color: rgb(255, 204, 230);&quot;&gt;FastText&lt;/font&gt;" vertex="1">
          <mxGeometry height="30" width="60" x="240" y="879.9999999999995" as="geometry" />
        </mxCell>
        <mxCell id="4Kx2ZGOmUHy-jwn0eLsE-21" edge="1" parent="1" source="4Kx2ZGOmUHy-jwn0eLsE-17" style="endArrow=blockThin;html=1;rounded=0;endFill=1;strokeColor=light-dark(#929090, #ededed);strokeWidth=0.75;dashed=1;exitX=0.75;exitY=1;exitDx=0;exitDy=0;entryX=0.5;entryY=0;entryDx=0;entryDy=0;fontSize=8;" target="4Kx2ZGOmUHy-jwn0eLsE-20" value="">
          <mxGeometry height="50" relative="1" width="50" as="geometry">
            <mxPoint x="270" y="840" as="sourcePoint" />
            <mxPoint x="320" y="790" as="targetPoint" />
          </mxGeometry>
        </mxCell>
        <mxCell id="4Kx2ZGOmUHy-jwn0eLsE-22" edge="1" parent="1" source="4Kx2ZGOmUHy-jwn0eLsE-17" style="endArrow=blockThin;html=1;rounded=0;endFill=1;strokeColor=light-dark(#929090, #ededed);strokeWidth=0.75;dashed=1;exitX=0.5;exitY=1;exitDx=0;exitDy=0;fontSize=8;" target="4Kx2ZGOmUHy-jwn0eLsE-19" value="">
          <mxGeometry height="50" relative="1" width="50" as="geometry">
            <mxPoint x="240" y="840" as="sourcePoint" />
            <mxPoint x="295" y="900" as="targetPoint" />
          </mxGeometry>
        </mxCell>
        <mxCell id="4Kx2ZGOmUHy-jwn0eLsE-23" edge="1" parent="1" source="4Kx2ZGOmUHy-jwn0eLsE-17" style="endArrow=blockThin;html=1;rounded=0;endFill=1;strokeColor=light-dark(#929090, #ededed);strokeWidth=0.75;dashed=1;exitX=0.25;exitY=1;exitDx=0;exitDy=0;entryX=0.75;entryY=0;entryDx=0;entryDy=0;fontSize=8;" target="4Kx2ZGOmUHy-jwn0eLsE-18" value="">
          <mxGeometry height="50" relative="1" width="50" as="geometry">
            <mxPoint x="190" y="830" as="sourcePoint" />
            <mxPoint x="190" y="890" as="targetPoint" />
          </mxGeometry>
        </mxCell>
        <mxCell id="4Kx2ZGOmUHy-jwn0eLsE-24" parent="1" style="text;html=1;whiteSpace=wrap;strokeColor=none;fillColor=none;align=center;verticalAlign=middle;rounded=0;fontSize=8;" value="&lt;font face=&quot;Comic Sans MS&quot; style=&quot;background-color: rgb(230, 255, 204);&quot;&gt;Contextual/Sentence-level&lt;/font&gt;" vertex="1">
          <mxGeometry height="20" width="140" x="260" y="800" as="geometry" />
        </mxCell>
        <mxCell id="4Kx2ZGOmUHy-jwn0eLsE-25" parent="1" style="text;html=1;whiteSpace=wrap;strokeColor=none;fillColor=none;align=center;verticalAlign=middle;rounded=0;fontSize=8;" value="&lt;font face=&quot;Comic Sans MS&quot;&gt;&lt;span style=&quot;background-color: rgb(204, 204, 255);&quot;&gt;transformer model&lt;/span&gt;&lt;br&gt;&lt;font&gt;BERT, GPT, Llama&lt;/font&gt;&lt;/font&gt;" vertex="1">
          <mxGeometry height="30" width="110" x="344" y="888" as="geometry" />
        </mxCell>
        <mxCell id="4Kx2ZGOmUHy-jwn0eLsE-26" edge="1" parent="1" source="4Kx2ZGOmUHy-jwn0eLsE-24" style="endArrow=blockThin;html=1;rounded=0;endFill=1;strokeColor=light-dark(#929090, #ededed);strokeWidth=0.75;dashed=1;entryX=0.25;entryY=0;entryDx=0;entryDy=0;exitX=0.5;exitY=1;exitDx=0;exitDy=0;fontSize=8;" target="4Kx2ZGOmUHy-jwn0eLsE-25" value="">
          <mxGeometry height="50" relative="1" width="50" as="geometry">
            <mxPoint x="360" y="890" as="sourcePoint" />
            <mxPoint x="410" y="840" as="targetPoint" />
          </mxGeometry>
        </mxCell>
        <mxCell id="4Kx2ZGOmUHy-jwn0eLsE-27" edge="1" parent="1" source="4Kx2ZGOmUHy-jwn0eLsE-11" style="endArrow=blockThin;html=1;rounded=0;endFill=1;strokeColor=light-dark(#929090, #ededed);strokeWidth=0.75;dashed=1;exitX=0.25;exitY=1;exitDx=0;exitDy=0;entryX=0.5;entryY=0;entryDx=0;entryDy=0;" target="4Kx2ZGOmUHy-jwn0eLsE-17" value="">
          <mxGeometry height="50" relative="1" width="50" as="geometry">
            <mxPoint x="330" y="900" as="sourcePoint" />
            <mxPoint x="380" y="850" as="targetPoint" />
          </mxGeometry>
        </mxCell>
        <mxCell id="4Kx2ZGOmUHy-jwn0eLsE-28" edge="1" parent="1" source="4Kx2ZGOmUHy-jwn0eLsE-11" style="endArrow=blockThin;html=1;rounded=0;endFill=1;strokeColor=light-dark(#929090, #ededed);strokeWidth=0.75;dashed=1;entryX=0.5;entryY=0;entryDx=0;entryDy=0;exitX=0.5;exitY=1;exitDx=0;exitDy=0;" target="4Kx2ZGOmUHy-jwn0eLsE-24" value="">
          <mxGeometry height="50" relative="1" width="50" as="geometry">
            <mxPoint x="330" y="900" as="sourcePoint" />
            <mxPoint x="380" y="850" as="targetPoint" />
          </mxGeometry>
        </mxCell>
        <mxCell id="4Kx2ZGOmUHy-jwn0eLsE-29" parent="1" style="text;html=1;whiteSpace=wrap;strokeColor=none;fillColor=none;align=left;verticalAlign=middle;rounded=0;fontSize=8;" value="&lt;font face=&quot;Comic Sans MS&quot;&gt;&lt;span style=&quot;background-color: rgb(255, 204, 255);&quot;&gt;CNN - Convolutional Neural Networks&lt;/span&gt;&lt;br&gt;&lt;span&gt;ResNet, VGG, Inception&lt;/span&gt;&lt;/font&gt;" vertex="1">
          <mxGeometry height="30" width="150" x="377" y="800" as="geometry" />
        </mxCell>
        <mxCell id="4Kx2ZGOmUHy-jwn0eLsE-30" parent="1" style="text;html=1;whiteSpace=wrap;strokeColor=none;fillColor=none;align=center;verticalAlign=middle;rounded=0;fontSize=8;" value="&lt;font face=&quot;Comic Sans MS&quot; style=&quot;background-color: rgb(255, 204, 255);&quot;&gt;Vision Transformers&lt;/font&gt;" vertex="1">
          <mxGeometry height="30" width="100" x="507" y="795" as="geometry" />
        </mxCell>
        <mxCell id="4Kx2ZGOmUHy-jwn0eLsE-31" edge="1" parent="1" source="4Kx2ZGOmUHy-jwn0eLsE-12" style="endArrow=blockThin;html=1;rounded=0;endFill=1;strokeColor=light-dark(#929090, #ededed);strokeWidth=0.75;dashed=1;exitX=0.5;exitY=1;exitDx=0;exitDy=0;entryX=0.25;entryY=0;entryDx=0;entryDy=0;" target="4Kx2ZGOmUHy-jwn0eLsE-29" value="">
          <mxGeometry height="50" relative="1" width="50" as="geometry">
            <mxPoint x="367" y="890" as="sourcePoint" />
            <mxPoint x="417" y="840" as="targetPoint" />
          </mxGeometry>
        </mxCell>
        <mxCell id="4Kx2ZGOmUHy-jwn0eLsE-32" edge="1" parent="1" source="4Kx2ZGOmUHy-jwn0eLsE-12" style="endArrow=blockThin;html=1;rounded=0;endFill=1;strokeColor=light-dark(#929090, #ededed);strokeWidth=0.75;dashed=1;entryX=0.25;entryY=0;entryDx=0;entryDy=0;exitX=0.75;exitY=1;exitDx=0;exitDy=0;" target="4Kx2ZGOmUHy-jwn0eLsE-30" value="">
          <mxGeometry height="50" relative="1" width="50" as="geometry">
            <mxPoint x="367" y="890" as="sourcePoint" />
            <mxPoint x="417" y="840" as="targetPoint" />
          </mxGeometry>
        </mxCell>
        <mxCell id="4Kx2ZGOmUHy-jwn0eLsE-33" parent="1" style="text;html=1;whiteSpace=wrap;strokeColor=none;fillColor=none;align=center;verticalAlign=middle;rounded=0;fontSize=8;" value="&lt;font face=&quot;Comic Sans MS&quot; style=&quot;background-color: rgb(204, 229, 255);&quot;&gt;CLIP (Contrastive Language-Image Pretraining&lt;/font&gt;" vertex="1">
          <mxGeometry height="20" width="190" x="577" y="856" as="geometry" />
        </mxCell>
        <mxCell id="4Kx2ZGOmUHy-jwn0eLsE-34" edge="1" parent="1" source="4Kx2ZGOmUHy-jwn0eLsE-13" style="endArrow=blockThin;html=1;rounded=0;endFill=1;strokeColor=light-dark(#929090, #ededed);strokeWidth=0.75;dashed=1;entryX=0.25;entryY=0;entryDx=0;entryDy=0;exitX=0.5;exitY=1;exitDx=0;exitDy=0;" target="4Kx2ZGOmUHy-jwn0eLsE-33" value="">
          <mxGeometry height="50" relative="1" width="50" as="geometry">
            <mxPoint x="347" y="780" as="sourcePoint" />
            <mxPoint x="397" y="730" as="targetPoint" />
          </mxGeometry>
        </mxCell>
        <mxCell id="4Kx2ZGOmUHy-jwn0eLsE-35" parent="1" style="text;html=1;whiteSpace=wrap;strokeColor=none;fillColor=none;align=center;verticalAlign=middle;rounded=0;fontSize=8;fontStyle=0" value="&lt;font face=&quot;Comic Sans MS&quot; style=&quot;background-color: rgb(204, 204, 255);&quot;&gt;TF-IDF&lt;/font&gt;" vertex="1">
          <mxGeometry height="30" width="60" x="20" y="880" as="geometry" />
        </mxCell>
        <mxCell id="4Kx2ZGOmUHy-jwn0eLsE-36" edge="1" parent="1" source="4Kx2ZGOmUHy-jwn0eLsE-17" style="endArrow=blockThin;html=1;rounded=0;endFill=1;strokeColor=light-dark(#929090, #ededed);strokeWidth=0.75;dashed=1;exitX=0;exitY=1;exitDx=0;exitDy=0;entryX=0.75;entryY=0;entryDx=0;entryDy=0;" target="4Kx2ZGOmUHy-jwn0eLsE-35" value="">
          <mxGeometry height="50" relative="1" width="50" as="geometry">
            <mxPoint x="140" y="780" as="sourcePoint" />
            <mxPoint x="190" y="730" as="targetPoint" />
          </mxGeometry>
        </mxCell>
        <mxCell id="V7DRn1bYesRj_FAgbpVT-1" parent="1" style="rounded=1;whiteSpace=wrap;html=1;strokeColor=#808080;fontFamily=Comic Sans MS;strokeWidth=0.75;fontSize=10;" value="Defining the Problem" vertex="1">
          <mxGeometry height="18" width="105" x="881" y="605" as="geometry" />
        </mxCell>
        <mxCell id="V7DRn1bYesRj_FAgbpVT-5" parent="1" style="rounded=1;whiteSpace=wrap;html=1;strokeColor=#808080;fontFamily=Comic Sans MS;strokeWidth=0.75;fontSize=10;" value="Data Collection" vertex="1">
          <mxGeometry height="19" width="77" x="1017" y="604.5" as="geometry" />
        </mxCell>
        <mxCell id="V7DRn1bYesRj_FAgbpVT-7" parent="1" style="rounded=1;whiteSpace=wrap;html=1;strokeColor=#808080;fontFamily=Comic Sans MS;strokeWidth=0.75;fontSize=10;" value="Preparing the Data" vertex="1">
          <mxGeometry height="18" width="105" x="1121" y="604.5" as="geometry" />
        </mxCell>
        <mxCell id="V7DRn1bYesRj_FAgbpVT-8" parent="1" style="rounded=1;whiteSpace=wrap;html=1;strokeColor=#808080;fontFamily=Comic Sans MS;strokeWidth=0.75;fontSize=10;" value="Assigning Appropriate Model" vertex="1">
          <mxGeometry height="19" width="140" x="1086" y="670" as="geometry" />
        </mxCell>
        <mxCell id="V7DRn1bYesRj_FAgbpVT-9" parent="1" style="rounded=1;whiteSpace=wrap;html=1;strokeColor=#808080;fontFamily=Comic Sans MS;strokeWidth=0.75;fontSize=10;" value="Training the Model" vertex="1">
          <mxGeometry height="19" width="97" x="951" y="670" as="geometry" />
        </mxCell>
        <mxCell id="V7DRn1bYesRj_FAgbpVT-10" parent="1" style="rounded=1;whiteSpace=wrap;html=1;strokeColor=#808080;fontFamily=Comic Sans MS;strokeWidth=0.75;fontSize=10;" value="Evaluating" vertex="1">
          <mxGeometry height="18" width="58" x="870" y="670" as="geometry" />
        </mxCell>
        <mxCell id="V7DRn1bYesRj_FAgbpVT-11" parent="1" style="rounded=1;whiteSpace=wrap;html=1;strokeColor=#808080;fontFamily=Comic Sans MS;strokeWidth=0.75;fontSize=10;" value="(Parameter Tuning" vertex="1">
          <mxGeometry height="18" width="98" x="870" y="720" as="geometry" />
        </mxCell>
        <mxCell id="V7DRn1bYesRj_FAgbpVT-12" edge="1" parent="1" source="V7DRn1bYesRj_FAgbpVT-1" style="endArrow=openThin;html=1;rounded=0;strokeWidth=0.75;endFill=0;strokeColor=#666666;entryX=0;entryY=0.5;entryDx=0;entryDy=0;exitX=1;exitY=0.5;exitDx=0;exitDy=0;" target="V7DRn1bYesRj_FAgbpVT-5" value="">
          <mxGeometry height="50" relative="1" width="50" as="geometry">
            <mxPoint x="955" y="695" as="sourcePoint" />
            <mxPoint x="1005" y="645" as="targetPoint" />
          </mxGeometry>
        </mxCell>
        <mxCell id="V7DRn1bYesRj_FAgbpVT-13" edge="1" parent="1" source="V7DRn1bYesRj_FAgbpVT-5" style="endArrow=openThin;html=1;rounded=0;strokeWidth=0.75;endFill=0;strokeColor=#666666;entryX=0;entryY=0.5;entryDx=0;entryDy=0;exitX=1;exitY=0.5;exitDx=0;exitDy=0;" target="V7DRn1bYesRj_FAgbpVT-7" value="">
          <mxGeometry height="50" relative="1" width="50" as="geometry">
            <mxPoint x="955" y="695" as="sourcePoint" />
            <mxPoint x="1005" y="645" as="targetPoint" />
          </mxGeometry>
        </mxCell>
        <mxCell id="V7DRn1bYesRj_FAgbpVT-14" edge="1" parent="1" source="V7DRn1bYesRj_FAgbpVT-7" style="endArrow=openThin;html=1;rounded=0;strokeWidth=0.75;endFill=0;strokeColor=#666666;exitX=0.75;exitY=1;exitDx=0;exitDy=0;entryX=0.814;entryY=0;entryDx=0;entryDy=0;entryPerimeter=0;" target="V7DRn1bYesRj_FAgbpVT-8" value="">
          <mxGeometry height="50" relative="1" width="50" as="geometry">
            <mxPoint x="1179" y="652" as="sourcePoint" />
            <mxPoint x="1229" y="602" as="targetPoint" />
          </mxGeometry>
        </mxCell>
        <mxCell id="V7DRn1bYesRj_FAgbpVT-15" edge="1" parent="1" source="V7DRn1bYesRj_FAgbpVT-8" style="endArrow=openThin;html=1;rounded=0;strokeWidth=0.75;endFill=0;strokeColor=#666666;exitX=0;exitY=0.5;exitDx=0;exitDy=0;entryX=1;entryY=0.5;entryDx=0;entryDy=0;" target="V7DRn1bYesRj_FAgbpVT-9" value="">
          <mxGeometry height="50" relative="1" width="50" as="geometry">
            <mxPoint x="1020" y="652" as="sourcePoint" />
            <mxPoint x="1070" y="602" as="targetPoint" />
          </mxGeometry>
        </mxCell>
        <mxCell id="V7DRn1bYesRj_FAgbpVT-16" edge="1" parent="1" source="V7DRn1bYesRj_FAgbpVT-9" style="endArrow=openThin;html=1;rounded=0;strokeWidth=0.75;endFill=0;strokeColor=#666666;exitX=0;exitY=0.5;exitDx=0;exitDy=0;entryX=1;entryY=0.5;entryDx=0;entryDy=0;" target="V7DRn1bYesRj_FAgbpVT-10" value="">
          <mxGeometry height="50" relative="1" width="50" as="geometry">
            <mxPoint x="884" y="652" as="sourcePoint" />
            <mxPoint x="934" y="602" as="targetPoint" />
          </mxGeometry>
        </mxCell>
        <mxCell id="V7DRn1bYesRj_FAgbpVT-17" edge="1" parent="1" source="V7DRn1bYesRj_FAgbpVT-10" style="endArrow=openThin;html=1;rounded=0;strokeWidth=0.75;endFill=0;strokeColor=#666666;entryX=0.296;entryY=0.028;entryDx=0;entryDy=0;entryPerimeter=0;exitX=0.5;exitY=1;exitDx=0;exitDy=0;" target="V7DRn1bYesRj_FAgbpVT-11" value="">
          <mxGeometry height="50" relative="1" width="50" as="geometry">
            <mxPoint x="845" y="614" as="sourcePoint" />
            <mxPoint x="895" y="564" as="targetPoint" />
          </mxGeometry>
        </mxCell>
        <mxCell id="V7DRn1bYesRj_FAgbpVT-18" parent="1" style="text;html=1;whiteSpace=wrap;strokeColor=none;fillColor=none;align=center;verticalAlign=middle;rounded=0;fontFamily=Comic Sans MS;fontSize=10;" value="&lt;span style=&quot;background-color: rgb(204, 255, 204);&quot;&gt;training data&lt;/span&gt;" vertex="1">
          <mxGeometry height="15" width="60" x="1065" y="641" as="geometry" />
        </mxCell>
        <mxCell id="V7DRn1bYesRj_FAgbpVT-19" parent="1" style="text;html=1;whiteSpace=wrap;strokeColor=none;fillColor=none;align=center;verticalAlign=middle;rounded=0;fontFamily=Comic Sans MS;fontSize=10;" value="&lt;span style=&quot;background-color: rgb(255, 230, 204);&quot;&gt;validation data&lt;/span&gt;" vertex="1">
          <mxGeometry height="15" width="69" x="1122" y="641" as="geometry" />
        </mxCell>
        <mxCell id="V7DRn1bYesRj_FAgbpVT-20" edge="1" parent="1" source="V7DRn1bYesRj_FAgbpVT-7" style="endArrow=blockThin;html=1;rounded=0;strokeColor=#808080;endFill=1;strokeWidth=0.65;exitX=0.5;exitY=1;exitDx=0;exitDy=0;entryX=0.5;entryY=0;entryDx=0;entryDy=0;dashed=1;" target="V7DRn1bYesRj_FAgbpVT-19" value="">
          <mxGeometry height="50" relative="1" width="50" as="geometry">
            <mxPoint x="1039" y="571" as="sourcePoint" />
            <mxPoint x="1014" y="531" as="targetPoint" />
          </mxGeometry>
        </mxCell>
        <mxCell id="V7DRn1bYesRj_FAgbpVT-21" edge="1" parent="1" source="V7DRn1bYesRj_FAgbpVT-7" style="endArrow=blockThin;html=1;rounded=0;strokeColor=#808080;endFill=1;strokeWidth=0.65;exitX=0.5;exitY=1;exitDx=0;exitDy=0;entryX=0.5;entryY=0;entryDx=0;entryDy=0;dashed=1;" target="V7DRn1bYesRj_FAgbpVT-18" value="">
          <mxGeometry height="50" relative="1" width="50" as="geometry">
            <mxPoint x="1039" y="571" as="sourcePoint" />
            <mxPoint x="1014" y="531" as="targetPoint" />
          </mxGeometry>
        </mxCell>
        <mxCell id="V7DRn1bYesRj_FAgbpVT-22" parent="1" style="text;html=1;whiteSpace=wrap;strokeColor=none;fillColor=none;align=center;verticalAlign=middle;rounded=0;fontFamily=Comic Sans MS;fontSize=10;" value="&lt;span style=&quot;background-color: rgb(204, 229, 255);&quot;&gt;Supervised Learning&lt;/span&gt;" vertex="1">
          <mxGeometry height="18" width="100" x="1137" y="711" as="geometry" />
        </mxCell>
        <mxCell id="V7DRn1bYesRj_FAgbpVT-23" parent="1" style="text;html=1;whiteSpace=wrap;strokeColor=none;fillColor=none;align=center;verticalAlign=middle;rounded=0;fontFamily=Comic Sans MS;fontSize=10;" value="&lt;span style=&quot;background-color: rgb(204, 255, 204);&quot;&gt;Unsupervised Learning&lt;/span&gt;" vertex="1">
          <mxGeometry height="21" width="112" x="1137" y="739" as="geometry" />
        </mxCell>
        <mxCell id="V7DRn1bYesRj_FAgbpVT-24" parent="1" style="text;html=1;whiteSpace=wrap;strokeColor=none;fillColor=none;align=center;verticalAlign=middle;rounded=0;fontFamily=Comic Sans MS;fontSize=10;" value="&lt;span style=&quot;background-color: rgb(255, 204, 204);&quot;&gt;Reinforcement Learning&lt;/span&gt;" vertex="1">
          <mxGeometry height="19" width="118" x="1137" y="770" as="geometry" />
        </mxCell>
        <mxCell id="V7DRn1bYesRj_FAgbpVT-25" parent="1" style="text;html=1;whiteSpace=wrap;strokeColor=none;fillColor=none;align=center;verticalAlign=middle;rounded=0;fontFamily=Comic Sans MS;fontSize=10;" value="&lt;span style=&quot;background-color: rgb(255, 255, 204);&quot;&gt;Neural Networks &amp;amp; Deep Learning&lt;/span&gt;" vertex="1">
          <mxGeometry height="18" width="160" x="1137" y="806" as="geometry" />
        </mxCell>
        <mxCell id="V7DRn1bYesRj_FAgbpVT-26" edge="1" parent="1" source="V7DRn1bYesRj_FAgbpVT-8" style="endArrow=blockThin;html=1;rounded=0;strokeColor=#808080;endFill=1;strokeWidth=0.5;exitX=0.25;exitY=1;exitDx=0;exitDy=0;entryX=0;entryY=0.5;entryDx=0;entryDy=0;" target="V7DRn1bYesRj_FAgbpVT-22" value="">
          <mxGeometry height="50" relative="1" width="50" as="geometry">
            <Array as="points">
              <mxPoint x="1121" y="720" />
            </Array>
            <mxPoint x="1103" y="744" as="sourcePoint" />
            <mxPoint x="1207" y="654" as="targetPoint" />
          </mxGeometry>
        </mxCell>
        <mxCell id="V7DRn1bYesRj_FAgbpVT-27" edge="1" parent="1" source="V7DRn1bYesRj_FAgbpVT-8" style="endArrow=blockThin;html=1;rounded=0;strokeColor=#808080;endFill=1;strokeWidth=0.5;entryX=0;entryY=0.5;entryDx=0;entryDy=0;exitX=0.25;exitY=1;exitDx=0;exitDy=0;" target="V7DRn1bYesRj_FAgbpVT-23" value="">
          <mxGeometry height="50" relative="1" width="50" as="geometry">
            <Array as="points">
              <mxPoint x="1121" y="750" />
            </Array>
            <mxPoint x="1120" y="690" as="sourcePoint" />
            <mxPoint x="1194" y="650" as="targetPoint" />
          </mxGeometry>
        </mxCell>
        <mxCell id="V7DRn1bYesRj_FAgbpVT-28" edge="1" parent="1" source="V7DRn1bYesRj_FAgbpVT-8" style="endArrow=blockThin;html=1;rounded=0;strokeColor=#808080;endFill=1;strokeWidth=0.5;exitX=0.25;exitY=1;exitDx=0;exitDy=0;entryX=0;entryY=0.5;entryDx=0;entryDy=0;" target="V7DRn1bYesRj_FAgbpVT-24" value="">
          <mxGeometry height="50" relative="1" width="50" as="geometry">
            <Array as="points">
              <mxPoint x="1121" y="780" />
            </Array>
            <mxPoint x="1110" y="790" as="sourcePoint" />
            <mxPoint x="1214" y="700" as="targetPoint" />
          </mxGeometry>
        </mxCell>
        <mxCell id="V7DRn1bYesRj_FAgbpVT-31" edge="1" parent="1" source="V7DRn1bYesRj_FAgbpVT-8" style="endArrow=blockThin;html=1;rounded=0;strokeColor=#808080;endFill=1;strokeWidth=0.5;exitX=0.25;exitY=1;exitDx=0;exitDy=0;entryX=0;entryY=0.5;entryDx=0;entryDy=0;" target="V7DRn1bYesRj_FAgbpVT-25" value="">
          <mxGeometry height="50" relative="1" width="50" as="geometry">
            <Array as="points">
              <mxPoint x="1121" y="815" />
            </Array>
            <mxPoint x="1070" y="790" as="sourcePoint" />
            <mxPoint x="1174" y="700" as="targetPoint" />
          </mxGeometry>
        </mxCell>
        <mxCell id="V7DRn1bYesRj_FAgbpVT-33" parent="1" style="rounded=0;whiteSpace=wrap;html=1;fontFamily=Comic Sans MS;strokeWidth=0.5;strokeColor=#808080;align=left;verticalAlign=top;fontSize=10;" value="CNN,&amp;nbsp;RNN / LSTM" vertex="1">
          <mxGeometry height="30" width="180" x="1340" y="826" as="geometry" />
        </mxCell>
        <mxCell id="V7DRn1bYesRj_FAgbpVT-35" parent="1" style="rounded=0;whiteSpace=wrap;html=1;fontFamily=Comic Sans MS;strokeWidth=0.5;strokeColor=#808080;align=left;verticalAlign=top;fontSize=10;" value="Q-Learning, Deep Q-Network (DQN)." vertex="1">
          <mxGeometry height="30" width="180" x="1340" y="786" as="geometry" />
        </mxCell>
        <mxCell id="V7DRn1bYesRj_FAgbpVT-36" parent="1" style="rounded=0;whiteSpace=wrap;html=1;fontFamily=Comic Sans MS;strokeWidth=0.5;strokeColor=#808080;align=left;verticalAlign=top;fontSize=10;" value="Clustering :&amp;nbsp;K-Means, DBSCAN&lt;br&gt;Dimensionality Reduction:&amp;nbsp;PCA" vertex="1">
          <mxGeometry height="30" width="180" x="1340" y="739.5" as="geometry" />
        </mxCell>
        <mxCell id="V7DRn1bYesRj_FAgbpVT-37" parent="1" style="rounded=0;whiteSpace=wrap;html=1;fontFamily=Comic Sans MS;strokeWidth=0.5;strokeColor=#808080;align=left;verticalAlign=top;fontSize=10;" value="Regression :&amp;nbsp;Linear Regression&lt;div&gt;Classification : Logistic Regression, Decision Trees, Random Forest,SVM - Support Vector Machine&lt;/div&gt;" vertex="1">
          <mxGeometry height="48" width="220" x="1340" y="679.25" as="geometry" />
        </mxCell>
        <mxCell id="V7DRn1bYesRj_FAgbpVT-39" edge="1" parent="1" source="V7DRn1bYesRj_FAgbpVT-22" style="endArrow=blockThin;html=1;rounded=0;strokeColor=#808080;endFill=1;strokeWidth=0.65;exitX=1;exitY=0.5;exitDx=0;exitDy=0;entryX=0;entryY=0.25;entryDx=0;entryDy=0;dashed=1;" target="V7DRn1bYesRj_FAgbpVT-37" value="">
          <mxGeometry height="50" relative="1" width="50" as="geometry">
            <mxPoint x="1285" y="760" as="sourcePoint" />
            <mxPoint x="1260" y="720" as="targetPoint" />
          </mxGeometry>
        </mxCell>
        <mxCell id="V7DRn1bYesRj_FAgbpVT-40" edge="1" parent="1" source="V7DRn1bYesRj_FAgbpVT-23" style="endArrow=blockThin;html=1;rounded=0;strokeColor=#808080;endFill=1;strokeWidth=0.65;exitX=1;exitY=0.5;exitDx=0;exitDy=0;entryX=0;entryY=0.25;entryDx=0;entryDy=0;dashed=1;" target="V7DRn1bYesRj_FAgbpVT-36" value="">
          <mxGeometry height="50" relative="1" width="50" as="geometry">
            <mxPoint x="1285" y="760" as="sourcePoint" />
            <mxPoint x="1260" y="720" as="targetPoint" />
          </mxGeometry>
        </mxCell>
        <mxCell id="V7DRn1bYesRj_FAgbpVT-41" edge="1" parent="1" source="V7DRn1bYesRj_FAgbpVT-24" style="endArrow=blockThin;html=1;rounded=0;strokeColor=#808080;endFill=1;strokeWidth=0.65;exitX=1;exitY=0.5;exitDx=0;exitDy=0;entryX=0;entryY=0.25;entryDx=0;entryDy=0;dashed=1;" target="V7DRn1bYesRj_FAgbpVT-35" value="">
          <mxGeometry height="50" relative="1" width="50" as="geometry">
            <mxPoint x="1285" y="760" as="sourcePoint" />
            <mxPoint x="1260" y="720" as="targetPoint" />
          </mxGeometry>
        </mxCell>
        <mxCell id="V7DRn1bYesRj_FAgbpVT-42" edge="1" parent="1" source="V7DRn1bYesRj_FAgbpVT-25" style="endArrow=blockThin;html=1;rounded=0;strokeColor=#808080;endFill=1;strokeWidth=0.65;exitX=1;exitY=0.5;exitDx=0;exitDy=0;entryX=0;entryY=0.25;entryDx=0;entryDy=0;dashed=1;" target="V7DRn1bYesRj_FAgbpVT-33" value="">
          <mxGeometry height="50" relative="1" width="50" as="geometry">
            <mxPoint x="1285" y="760" as="sourcePoint" />
            <mxPoint x="1260" y="720" as="targetPoint" />
          </mxGeometry>
        </mxCell>
+         <mxCell id="V7DRn1bYesRj_FAgbpVT-44" parent="1" style="rounded=0;whiteSpace=wrap;html=1;fontFamily=Comic Sans MS;strokeWidth=0.5;strokeColor=#808080;align=left;verticalAlign=top;fontSize=10;" value="Feed datasets to the algorithm so it can learn. Continuous training helps the algorithm adjust its weights and improve its predictive capabilities" vertex="1">
+           <mxGeometry height="75" width="133" x="980" y="720" as="geometry" />
+         </mxCell>
+         <mxCell id="V7DRn1bYesRj_FAgbpVT-45" edge="1" parent="1" source="V7DRn1bYesRj_FAgbpVT-9" style="endArrow=blockThin;html=1;rounded=0;strokeColor=#808080;endFill=1;strokeWidth=0.65;exitX=0.75;exitY=1;exitDx=0;exitDy=0;entryX=0.25;entryY=0;entryDx=0;entryDy=0;dashed=1;" target="V7DRn1bYesRj_FAgbpVT-44" value="">
+           <mxGeometry height="50" relative="1" width="50" as="geometry">
+             <mxPoint x="1015" y="690" as="sourcePoint" />
+             <mxPoint x="990" y="650" as="targetPoint" />
+           </mxGeometry>
+         </mxCell>
+         <mxCell id="V7DRn1bYesRj_FAgbpVT-46" parent="1" style="rounded=0;whiteSpace=wrap;html=1;fontFamily=Comic Sans MS;strokeWidth=0.5;strokeColor=#808080;align=left;verticalAlign=top;fontSize=10;" value="Adjust the hyperparameters for optimization, helping the model achieve the highest possible accuracy" vertex="1">
+           <mxGeometry height="60" width="130" x="825" y="771" as="geometry" />
+         </mxCell>
+         <mxCell id="V7DRn1bYesRj_FAgbpVT-47" edge="1" parent="1" source="V7DRn1bYesRj_FAgbpVT-11" style="endArrow=blockThin;html=1;rounded=0;strokeColor=#808080;endFill=1;strokeWidth=0.65;exitX=0.25;exitY=1;exitDx=0;exitDy=0;entryX=0.75;entryY=0;entryDx=0;entryDy=0;dashed=1;" target="V7DRn1bYesRj_FAgbpVT-46" value="">
+           <mxGeometry height="50" relative="1" width="50" as="geometry">
+             <mxPoint x="1015" y="750" as="sourcePoint" />
+             <mxPoint x="990" y="710" as="targetPoint" />
+           </mxGeometry>
+         </mxCell>
      </root>
    </mxGraphModel>
  </diagram>
</mxfile>
